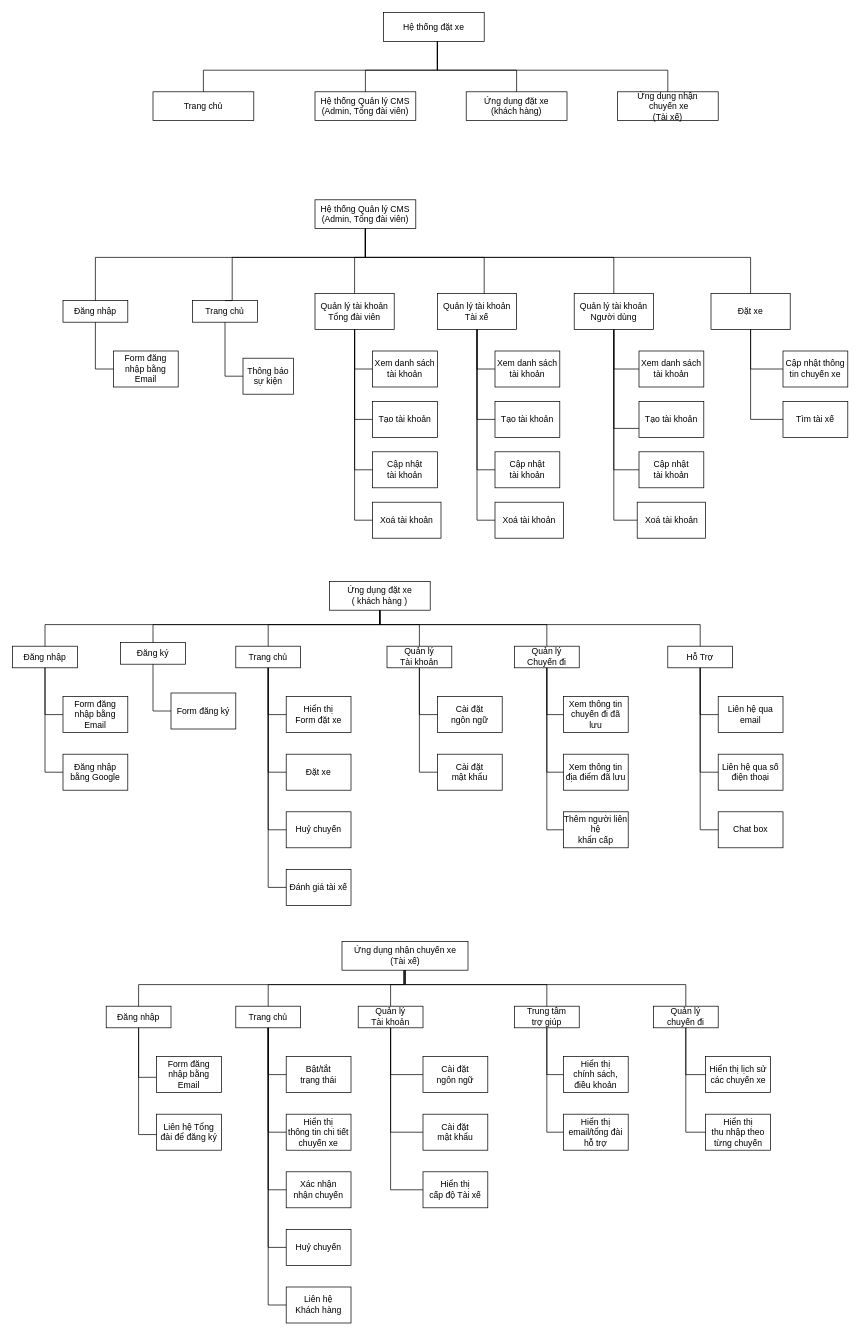
The draw.io diagram Biểu đồ không có tiêu đề.drawio in andytino/Documents-Database, before the edit. Source tidied: cells renumbered, new cells numbered last; positions are measured from the earlier drawing's top-left corner, leaving out a move shared by most shapes. Both pictures are drawn from the tidied source at 72%, with x=0, y=0 at pixel (12, 12).
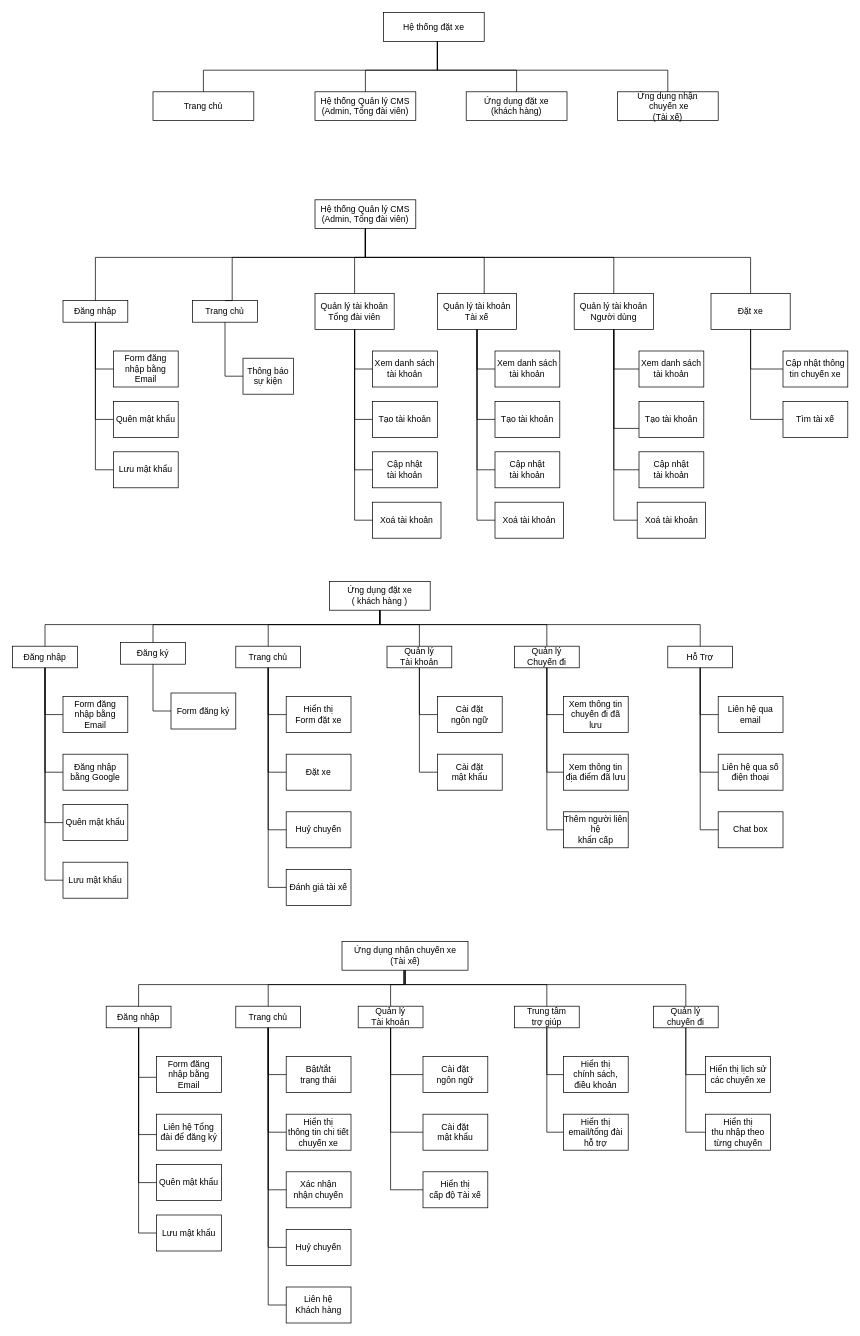
The same page after the edit.

Commit message:
Cập nhật Biểu đồ không có tiêu đề.drawio

Unchanged cells that the change refers to:
```xml
<mxCell id="2" style="group;" parent="1" vertex="1">
  <mxGeometry x="70" y="260" width="1090" height="470" as="geometry" />
</mxCell>
<mxCell id="3" value="Đăng nhập" style="rounded=0;whiteSpace=wrap;html=1;" parent="2" vertex="1">
  <mxGeometry y="140" width="90" height="30" as="geometry" />
</mxCell>
<mxCell id="48" style="group;" parent="1" vertex="1">
  <mxGeometry y="790" width="1070" height="450" as="geometry" />
</mxCell>
<mxCell id="49" value="Đăng nhập" style="rounded=0;whiteSpace=wrap;html=1;" parent="48" vertex="1">
  <mxGeometry y="90" width="90" height="30" as="geometry" />
</mxCell>
<mxCell id="92" style="group;" parent="1" vertex="1">
  <mxGeometry x="130" y="1290" width="922.5" height="530" as="geometry" />
</mxCell>
<mxCell id="127" value="Đăng nhập" style="rounded=0;whiteSpace=wrap;html=1;" parent="92" vertex="1">
  <mxGeometry y="90" width="90" height="30" as="geometry" />
</mxCell>
```

Change to the diagram source:
```diff
@@
+    <mxCell id="143" style="edgeStyle=orthogonalEdgeStyle;rounded=0;jettySize=auto;html=1;entryX=0;entryY=0.5;entryDx=0;entryDy=0;endArrow=none;endFill=0;" parent="2" edge="1" source="3" target="145">
+      <mxGeometry relative="1" as="geometry" />
+    </mxCell>
+    <mxCell id="144" style="edgeStyle=orthogonalEdgeStyle;rounded=0;jettySize=auto;html=1;entryX=0;entryY=0.5;entryDx=0;entryDy=0;endArrow=none;endFill=0;" parent="2" edge="1" source="3" target="146">
+      <mxGeometry relative="1" as="geometry" />
+    </mxCell>
@@
+    <mxCell id="145" value="Quên mật khẩu" style="rounded=0;whiteSpace=wrap;html=1;" parent="2" vertex="1">
+      <mxGeometry x="70" y="280" width="90" height="50" as="geometry" />
+    </mxCell>
+    <mxCell id="146" value="Lưu mật khẩu" style="rounded=0;whiteSpace=wrap;html=1;" parent="2" vertex="1">
+      <mxGeometry x="70" y="350" width="90" height="50" as="geometry" />
+    </mxCell>
@@
+    <mxCell id="147" style="edgeStyle=orthogonalEdgeStyle;rounded=0;jettySize=auto;html=1;entryX=0;entryY=0.5;entryDx=0;entryDy=0;endArrow=none;endFill=0;" parent="48" edge="1" source="49" target="149">
+      <mxGeometry relative="1" as="geometry" />
+    </mxCell>
+    <mxCell id="148" style="edgeStyle=orthogonalEdgeStyle;rounded=0;jettySize=auto;html=1;entryX=0;entryY=0.5;entryDx=0;entryDy=0;endArrow=none;endFill=0;" parent="48" edge="1" source="49" target="150">
+      <mxGeometry relative="1" as="geometry" />
+    </mxCell>
@@
+    <mxCell id="149" value="Quên mật khẩu" style="rounded=0;whiteSpace=wrap;html=1;" parent="48" vertex="1">
+      <mxGeometry x="70" y="310" width="90" height="50" as="geometry" />
+    </mxCell>
+    <mxCell id="150" value="Lưu mật khẩu" style="rounded=0;whiteSpace=wrap;html=1;" parent="48" vertex="1">
+      <mxGeometry x="70" y="390" width="90" height="50" as="geometry" />
+    </mxCell>
@@
+    <mxCell id="151" style="edgeStyle=orthogonalEdgeStyle;rounded=0;jettySize=auto;html=1;entryX=0;entryY=0.5;entryDx=0;entryDy=0;endArrow=none;endFill=0;" parent="92" edge="1" source="127" target="153">
+      <mxGeometry relative="1" as="geometry" />
+    </mxCell>
+    <mxCell id="152" style="edgeStyle=orthogonalEdgeStyle;rounded=0;jettySize=auto;html=1;entryX=0;entryY=0.5;entryDx=0;entryDy=0;endArrow=none;endFill=0;" parent="92" edge="1" source="127" target="154">
+      <mxGeometry relative="1" as="geometry" />
+    </mxCell>
@@
+    <mxCell id="153" value="Quên mật khẩu" style="rounded=0;whiteSpace=wrap;html=1;" parent="92" vertex="1">
+      <mxGeometry x="70" y="310" width="90" height="50" as="geometry" />
+    </mxCell>
+    <mxCell id="154" value="Lưu mật khẩu" style="rounded=0;whiteSpace=wrap;html=1;" parent="92" vertex="1">
+      <mxGeometry x="70" y="380" width="90" height="50" as="geometry" />
+    </mxCell>
```
